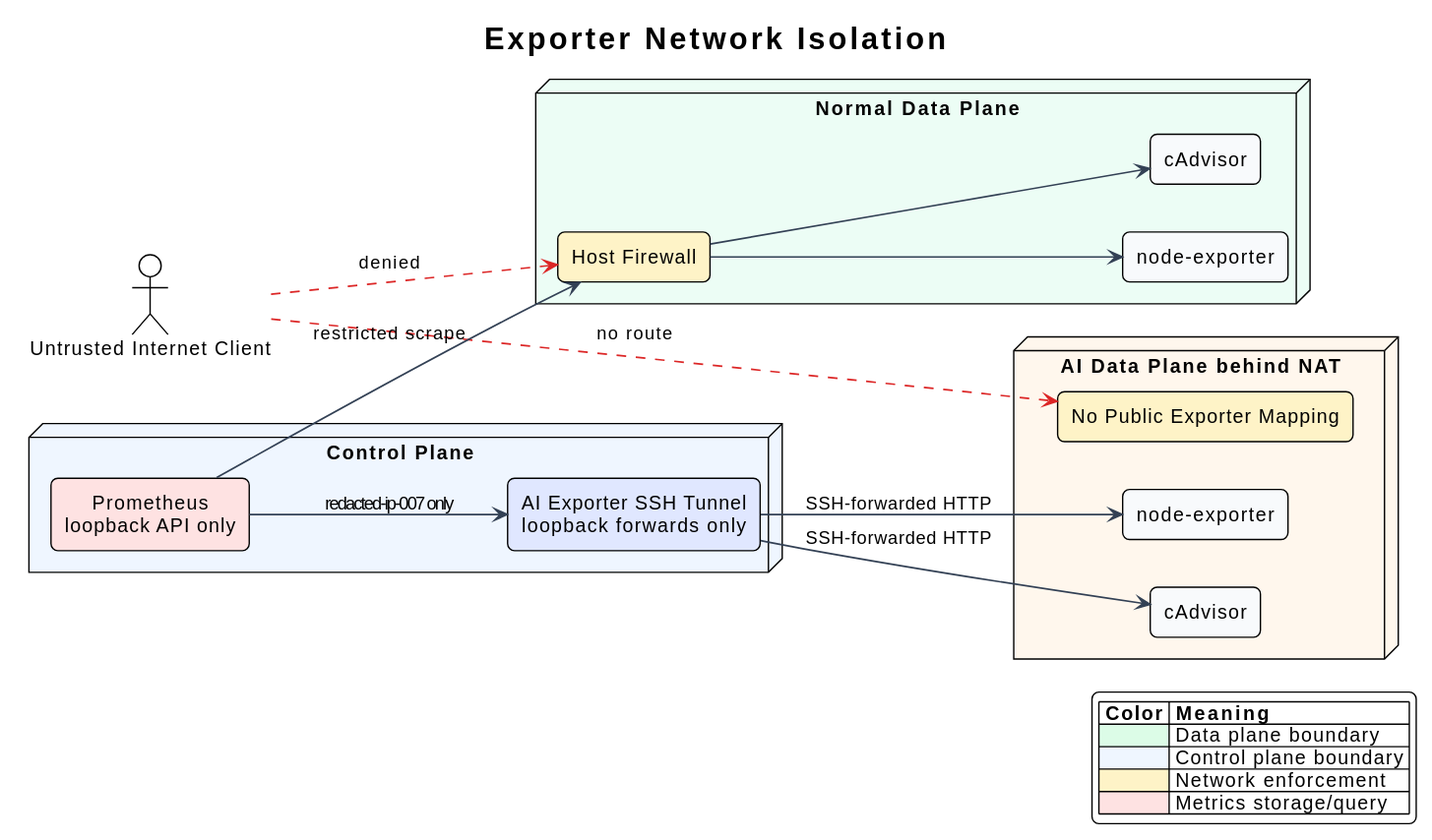
i-zrhe2016/ai-routing-panel keeps this PlantUML diagram as docs/ops-reporting/diagrams/exporter-network-isolation.svg. Above is the earlier version.
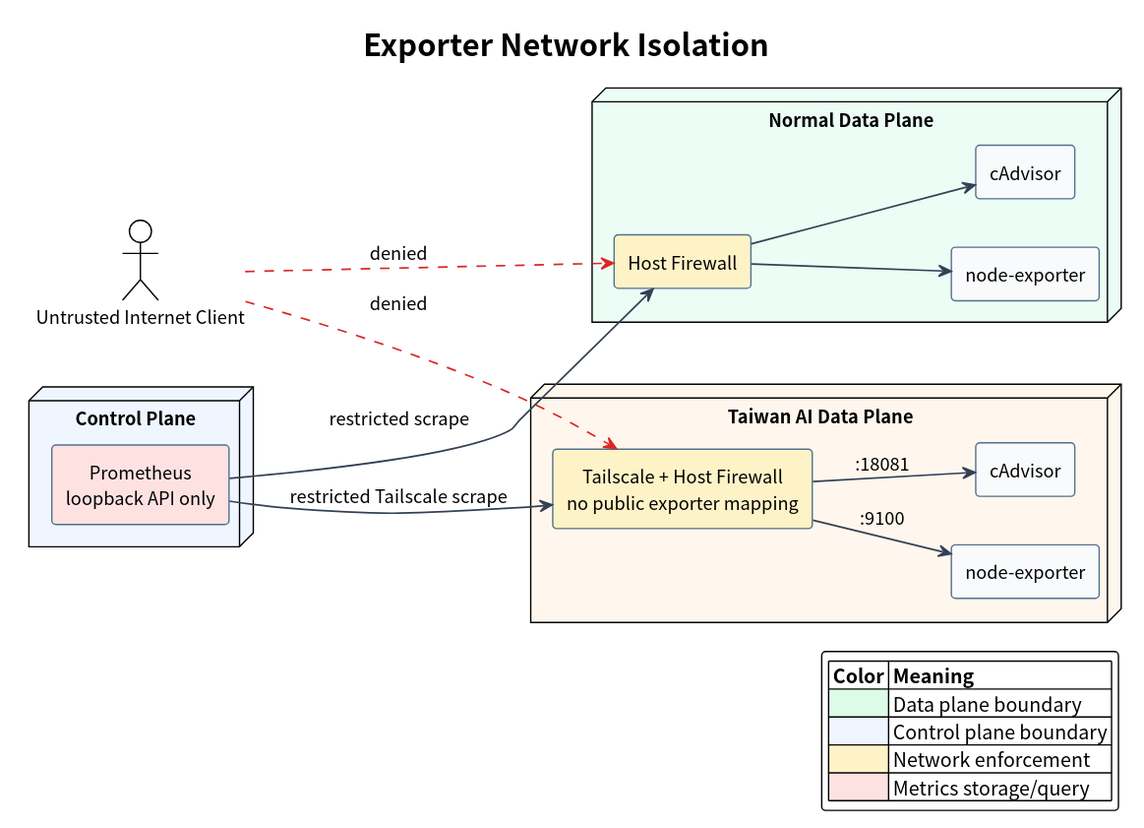
Later version of the same file.

Diff of the diagram source:
```diff
@@ -1,14 +1,6 @@
 @startuml
-!theme plain
+!include ../../diagrams/style.iuml
 left to right direction
-skinparam backgroundColor #FFFFFF
-skinparam componentStyle rectangle
-skinparam shadowing false
-skinparam roundcorner 10
-skinparam ArrowColor #334155
-skinparam ArrowThickness 1.2
-skinparam defaultFontName Arial
-skinparam defaultTextAlignment center
 
 title Exporter Network Isolation
 
@@ -16,7 +8,6 @@
 
 node "Control Plane" as control #EFF6FF {
   component "Prometheus\nloopback API only" as prometheus #FEE2E2
-  component "AI Exporter SSH Tunnel\nloopback forwards only" as tunnel #E0E7FF
 }
 
 node "Normal Data Plane" as normal #ECFDF5 {
@@ -25,20 +16,20 @@
   component "cAdvisor" as normalCadvisor #F8FAFC
 }
 
-node "AI Data Plane behind NAT" as ai #FFF7ED {
-  component "No Public Exporter Mapping" as natBoundary #FEF3C7
+node "Taiwan AI Data Plane" as ai #FFF7ED {
+  component "Tailscale + Host Firewall\nno public exporter mapping" as aiFirewall #FEF3C7
   component "node-exporter" as aiNode #F8FAFC
   component "cAdvisor" as aiCadvisor #F8FAFC
 }
 
 publicClient -[#DC2626,dashed]-> normalFirewall : denied
-publicClient -[#DC2626,dashed]-> natBoundary : no route
+publicClient -[#DC2626,dashed]-> aiFirewall : denied
 prometheus --> normalFirewall : restricted scrape
 normalFirewall --> normalNode
 normalFirewall --> normalCadvisor
-tunnel --> aiNode : SSH-forwarded HTTP
-tunnel --> aiCadvisor : SSH-forwarded HTTP
-prometheus --> tunnel : 127.0.0.1 only
+prometheus --> aiFirewall : restricted Tailscale scrape
+aiFirewall --> aiNode : :9100
+aiFirewall --> aiCadvisor : :18081
 
 legend right
   |= Color |= Meaning |
```
